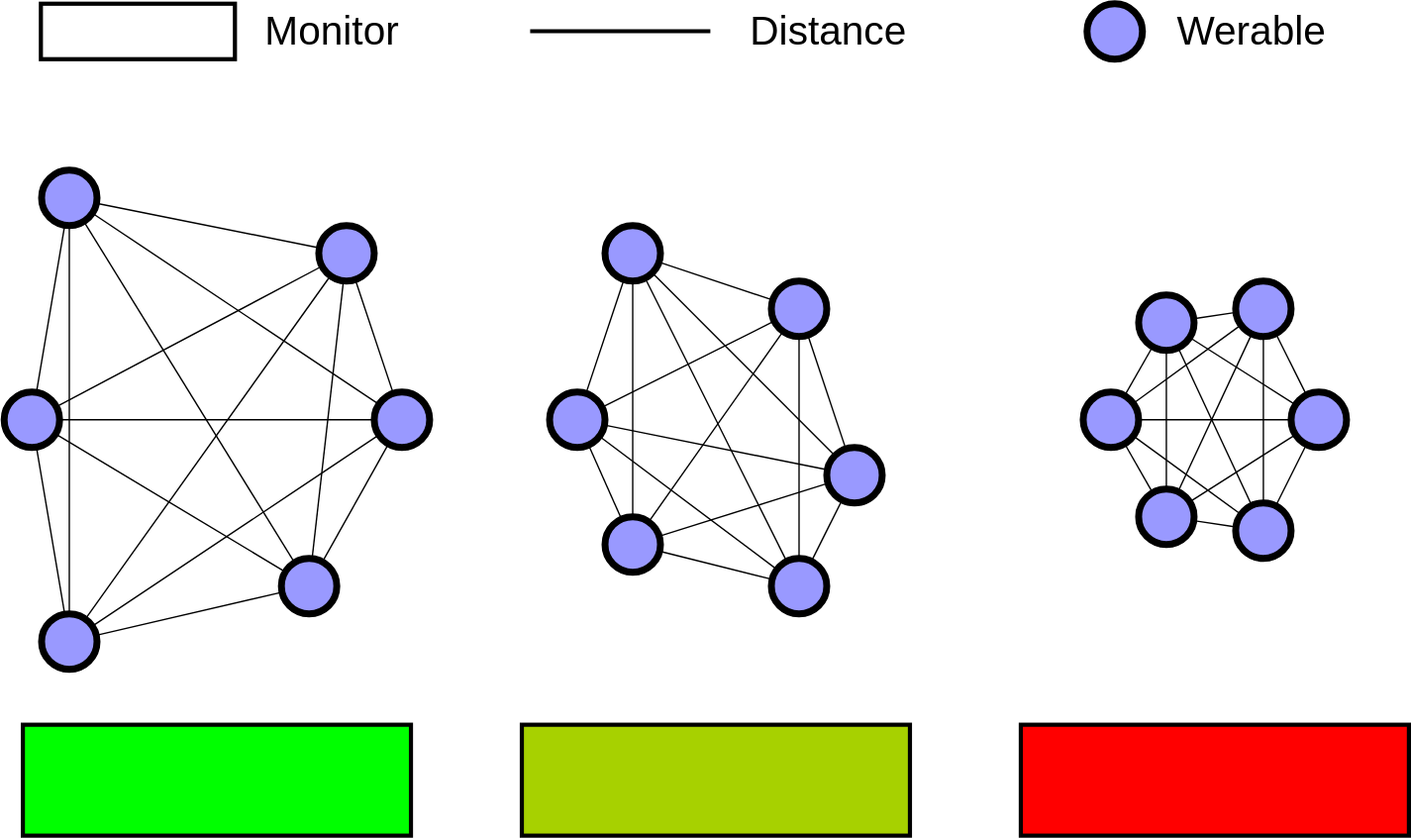
Earlier version of the draw.io export figures/crow-laboratory-demo.drawio.svg (DanySK/paper-2023-pulverization-framework). Source tidied: cells renumbered, new cells last; positions are measured from the earlier drawing's top-left corner, leaving out a move shared by most shapes.
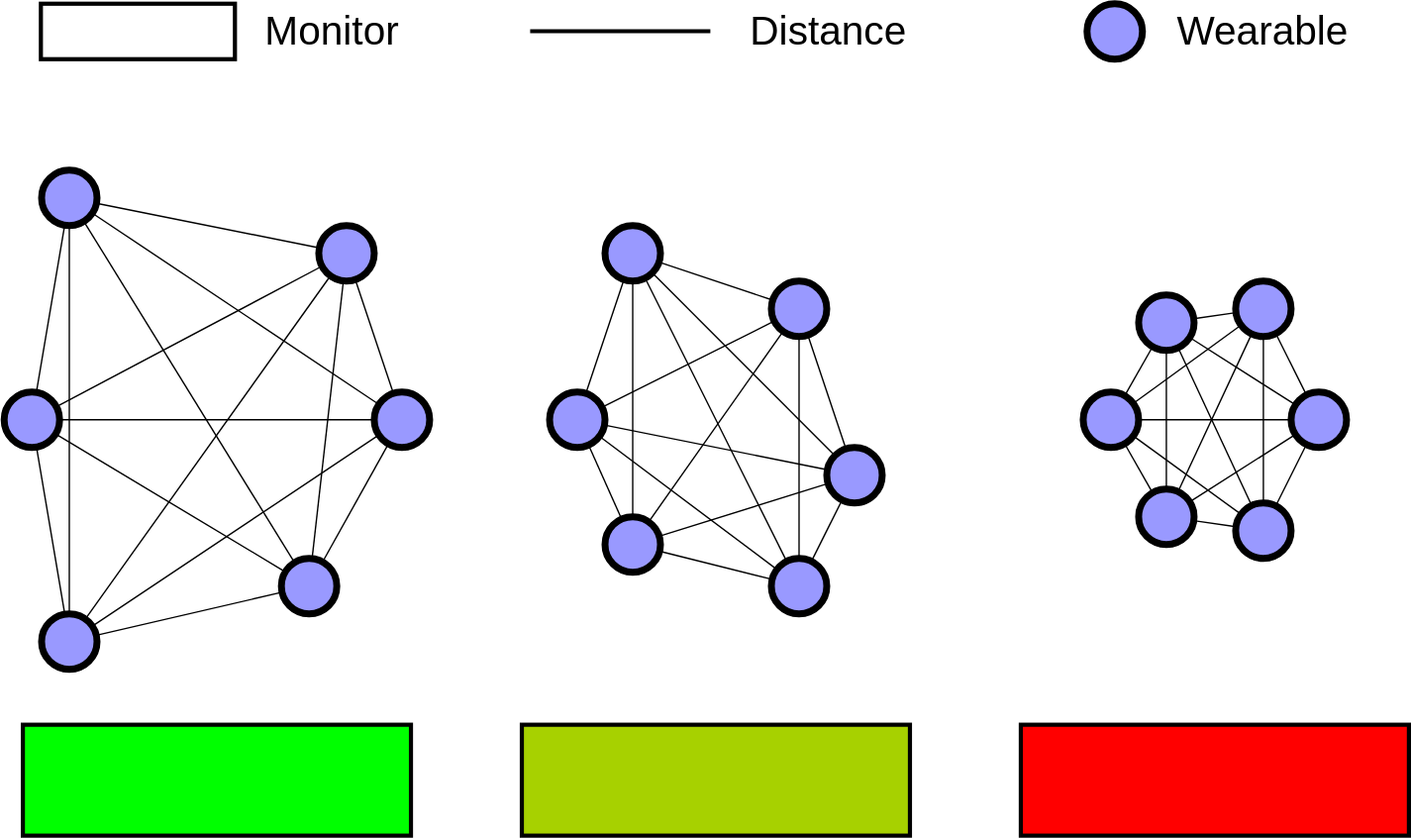
Above is the later version.

Commit message:
Fix typo in figure

Change to the diagram source:
```diff
@@ -209,7 +209,7 @@
     <mxCell id="70" value="Monitor" style="text;html=1;strokeColor=none;fillColor=none;align=left;verticalAlign=middle;whiteSpace=wrap;rounded=0;fontSize=29;" parent="1" vertex="1">
       <mxGeometry x="187" y="5" width="110" height="30" as="geometry" />
     </mxCell>
-    <mxCell id="71" value="Werable" style="text;html=1;strokeColor=none;fillColor=none;align=left;verticalAlign=middle;whiteSpace=wrap;rounded=0;fontSize=29;" parent="1" vertex="1">
+    <mxCell id="71" value="Wearable" style="text;html=1;strokeColor=none;fillColor=none;align=left;verticalAlign=middle;whiteSpace=wrap;rounded=0;fontSize=29;" parent="1" vertex="1">
       <mxGeometry x="845.2" y="5" width="120" height="30" as="geometry" />
     </mxCell>
     <mxCell id="72" style="endArrow=none;html=1;strokeWidth=3;rounded=0;" parent="1" edge="1">
```
